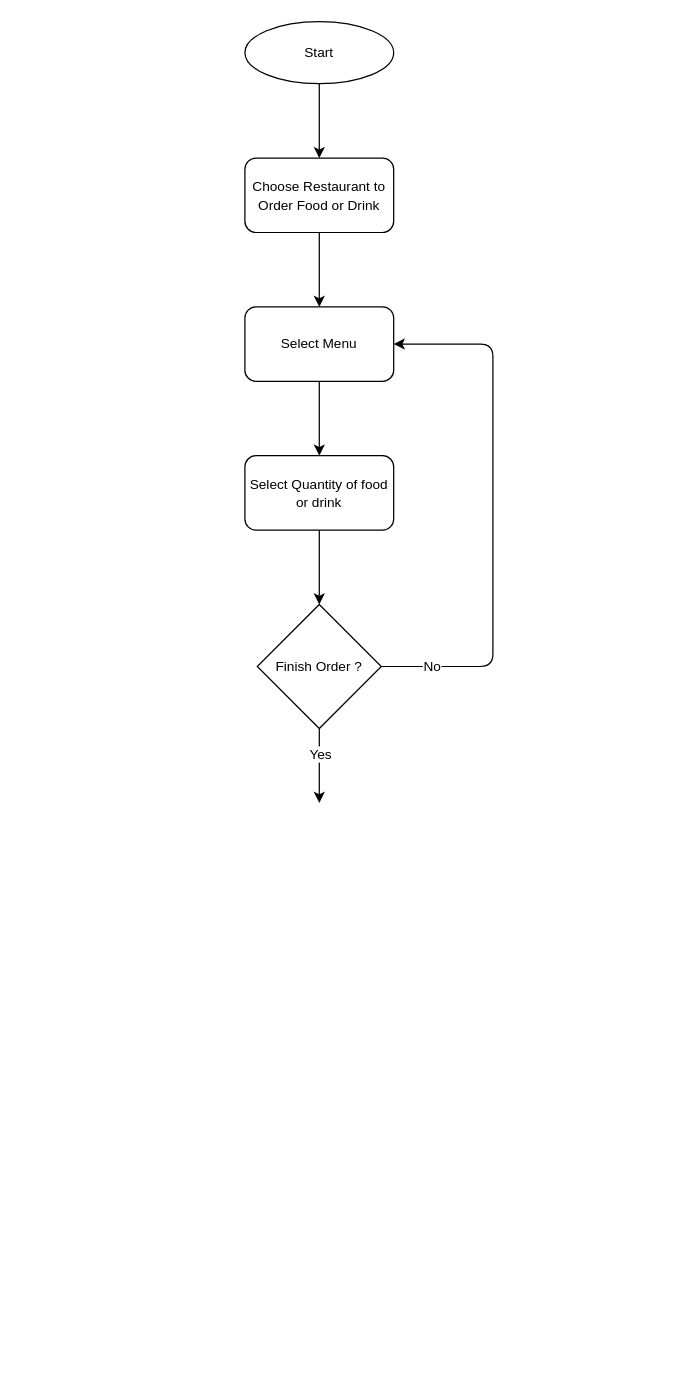
Before: flowchart.drawio in arifmardhavi/M_Arif_Mardhavi-order_online_app, a draw.io diagram. Source tidied: cells renumbered, new cells numbered last; positions are measured from the earlier drawing's top-left corner, leaving out a move shared by most shapes. Both pictures are drawn from the tidied source at 124%, with x=0, y=0 at pixel (244, 21).
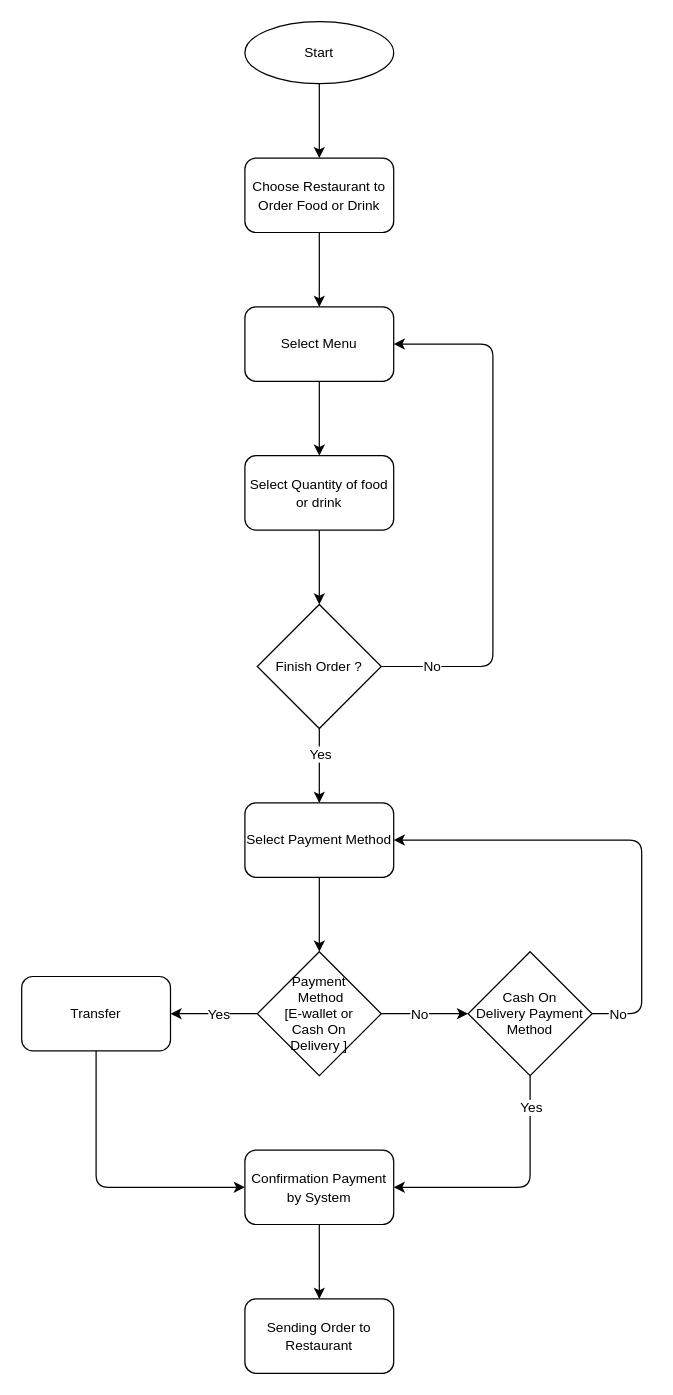
The same page after the edit.

Commit message:
add customer payment condition

The change refers to these unchanged cells:
```xml
<mxCell id="14" value="Finish Order ?" style="rhombus;whiteSpace=wrap;html=1;fontSize=11;" parent="1" vertex="1">
  <mxGeometry x="10" y="470" width="100" height="100" as="geometry" />
</mxCell>
```

Diff of the diagram source:
```diff
@@
-    <mxCell id="12" style="edgeStyle=none;html=1;exitX=0.5;exitY=1;exitDx=0;exitDy=0;entryX=0.5;entryY=0;entryDx=0;entryDy=0;fontSize=11;" parent="1" edge="1" source="14">
-      <mxGeometry relative="1" as="geometry">
-        <mxPoint x="60" y="630" as="targetPoint" />
-      </mxGeometry>
+    <mxCell id="12" style="edgeStyle=none;html=1;exitX=0.5;exitY=1;exitDx=0;exitDy=0;entryX=0.5;entryY=0;entryDx=0;entryDy=0;fontSize=11;" parent="1" edge="1" source="14" target="21">
+      <mxGeometry relative="1" as="geometry" />
     </mxCell>
@@
+    <mxCell id="15" style="edgeStyle=none;html=1;exitX=0;exitY=0.5;exitDx=0;exitDy=0;entryX=1;entryY=0.5;entryDx=0;entryDy=0;fontSize=11;" parent="1" edge="1" source="19" target="23">
+      <mxGeometry relative="1" as="geometry">
+        <Array as="points">
+          <mxPoint x="-10" y="800" />
+        </Array>
+      </mxGeometry>
+    </mxCell>
+    <mxCell id="16" value="Yes" style="edgeLabel;html=1;align=center;verticalAlign=middle;fontSize=11;" parent="15" vertex="1">
+      <mxGeometry x="-0.09" relative="1" as="geometry" />
+    </mxCell>
+    <mxCell id="17" style="edgeStyle=none;html=1;exitX=1;exitY=0.5;exitDx=0;exitDy=0;entryX=0;entryY=0.5;entryDx=0;entryDy=0;fontSize=11;" parent="1" edge="1" source="19" target="30">
+      <mxGeometry relative="1" as="geometry" />
+    </mxCell>
+    <mxCell id="18" value="No" style="edgeLabel;html=1;align=center;verticalAlign=middle;fontSize=11;" parent="17" vertex="1">
+      <mxGeometry x="-0.4" relative="1" as="geometry">
+        <mxPoint x="9" as="offset" />
+      </mxGeometry>
+    </mxCell>
+    <mxCell id="19" value="Payment&lt;br&gt;&amp;nbsp;Method&lt;br&gt;[E-wallet or &lt;br&gt;Cash On &lt;br&gt;Delivery ]" style="rhombus;whiteSpace=wrap;html=1;fontSize=11;" parent="1" vertex="1">
+      <mxGeometry x="10" y="750" width="100" height="100" as="geometry" />
+    </mxCell>
+    <mxCell id="20" style="edgeStyle=none;html=1;exitX=0.5;exitY=1;exitDx=0;exitDy=0;entryX=0.5;entryY=0;entryDx=0;entryDy=0;fontSize=11;" parent="1" edge="1" source="21" target="19">
+      <mxGeometry relative="1" as="geometry" />
+    </mxCell>
+    <mxCell id="21" value="&lt;font style=&quot;font-size: 11px&quot;&gt;Select Payment Method&lt;/font&gt;" style="rounded=1;whiteSpace=wrap;html=1;" parent="1" vertex="1">
+      <mxGeometry y="630" width="120" height="60" as="geometry" />
+    </mxCell>
+    <mxCell id="22" style="edgeStyle=none;html=1;exitX=0.5;exitY=1;exitDx=0;exitDy=0;entryX=0;entryY=0.5;entryDx=0;entryDy=0;fontSize=11;" parent="1" edge="1" source="23" target="25">
+      <mxGeometry relative="1" as="geometry">
+        <Array as="points">
+          <mxPoint x="-120" y="940" />
+        </Array>
+      </mxGeometry>
+    </mxCell>
+    <mxCell id="23" value="&lt;font style=&quot;font-size: 11px&quot;&gt;Transfer&lt;/font&gt;" style="rounded=1;whiteSpace=wrap;html=1;" parent="1" vertex="1">
+      <mxGeometry x="-180" y="770" width="120" height="60" as="geometry" />
+    </mxCell>
+    <mxCell id="24" style="edgeStyle=none;html=1;exitX=0.5;exitY=1;exitDx=0;exitDy=0;fontSize=11;" parent="1" edge="1" source="25" target="31">
+      <mxGeometry relative="1" as="geometry" />
+    </mxCell>
+    <mxCell id="25" value="&lt;font style=&quot;font-size: 11px&quot;&gt;Confirmation Payment by System&lt;/font&gt;" style="rounded=1;whiteSpace=wrap;html=1;" parent="1" vertex="1">
+      <mxGeometry y="910" width="120" height="60" as="geometry" />
+    </mxCell>
+    <mxCell id="26" style="edgeStyle=none;html=1;exitX=1;exitY=0.5;exitDx=0;exitDy=0;entryX=1;entryY=0.5;entryDx=0;entryDy=0;fontSize=11;" parent="1" edge="1" source="30" target="21">
+      <mxGeometry relative="1" as="geometry">
+        <Array as="points">
+          <mxPoint x="320" y="800" />
+          <mxPoint x="320" y="660" />
+        </Array>
+      </mxGeometry>
+    </mxCell>
+    <mxCell id="27" value="No" style="edgeLabel;html=1;align=center;verticalAlign=middle;fontSize=11;" parent="26" vertex="1">
+      <mxGeometry x="-0.65" y="-4" relative="1" as="geometry">
+        <mxPoint x="-24" y="27" as="offset" />
+      </mxGeometry>
+    </mxCell>
+    <mxCell id="28" style="edgeStyle=none;html=1;exitX=0.5;exitY=1;exitDx=0;exitDy=0;fontSize=11;entryX=1;entryY=0.5;entryDx=0;entryDy=0;" parent="1" edge="1" source="30" target="25">
+      <mxGeometry relative="1" as="geometry">
+        <Array as="points">
+          <mxPoint x="230" y="940" />
+        </Array>
+      </mxGeometry>
+    </mxCell>
+    <mxCell id="29" value="Yes" style="edgeLabel;html=1;align=center;verticalAlign=middle;fontSize=11;" parent="28" vertex="1">
+      <mxGeometry x="-0.75" relative="1" as="geometry" />
+    </mxCell>
+    <mxCell id="30" value="&lt;span style=&quot;font-family: &amp;#34;helvetica&amp;#34;&quot;&gt;Cash On &lt;br&gt;Delivery Payment &lt;br&gt;Method&lt;/span&gt;" style="rhombus;whiteSpace=wrap;html=1;fontSize=11;" parent="1" vertex="1">
+      <mxGeometry x="180" y="750" width="100" height="100" as="geometry" />
+    </mxCell>
+    <mxCell id="31" value="&lt;span style=&quot;font-size: 11px&quot;&gt;Sending Order to Restaurant&lt;/span&gt;" style="rounded=1;whiteSpace=wrap;html=1;" parent="1" vertex="1">
+      <mxGeometry y="1030" width="120" height="60" as="geometry" />
+    </mxCell>
```
